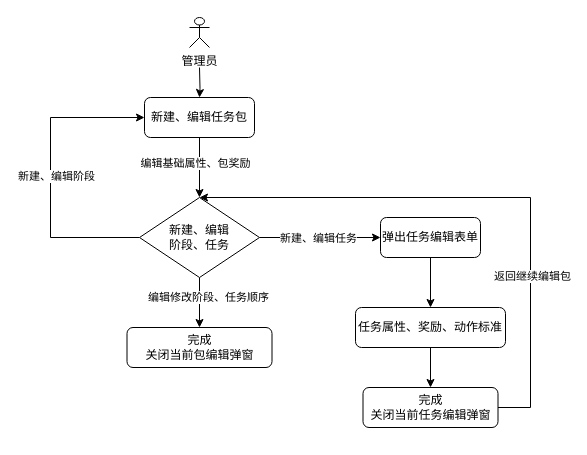
Before: 包管理.drawio in RandalTeng/drawio, a draw.io diagram. Source tidied: cells renumbered, new cells numbered last; positions are measured from the earlier drawing's top-left corner, leaving out a move shared by most shapes. Both pictures are drawn from the tidied source at 100%, with x=0, y=0 at pixel (50, 17).
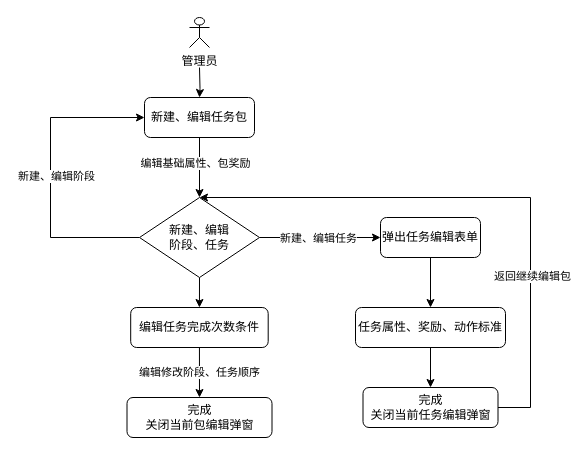
After the change.

The change refers to these unchanged cells:
```xml
<mxCell id="19" value="&lt;span&gt;新建、编辑&lt;br&gt;阶段、任务&lt;/span&gt;" style="rhombus;whiteSpace=wrap;html=1;rounded=0;" parent="1" vertex="1">
  <mxGeometry x="89" y="180" width="120" height="80" as="geometry" />
</mxCell>
```

Diff of the diagram source:
```diff
@@
     <mxCell id="11" value="完成&lt;br&gt;关闭当前包编辑弹窗" style="whiteSpace=wrap;html=1;rounded=1;" parent="1" vertex="1">
-      <mxGeometry x="76.5" y="310" width="145" height="40" as="geometry" />
+      <mxGeometry x="76.5" y="380" width="145" height="40" as="geometry" />
     </mxCell>
@@
-    <mxCell id="15" style="edgeStyle=orthogonalEdgeStyle;rounded=0;jettySize=auto;html=1;exitX=0.5;exitY=1;exitDx=0;exitDy=0;entryX=0.5;entryY=0;entryDx=0;entryDy=0;" parent="1" edge="1" source="19" target="11">
+    <mxCell id="15" value="编辑修改阶段、任务顺序" style="edgeStyle=orthogonalEdgeStyle;rounded=0;jettySize=auto;html=1;exitX=0.5;exitY=1;exitDx=0;exitDy=0;entryX=0.5;entryY=0;entryDx=0;entryDy=0;startArrow=none;" parent="1" edge="1" source="23" target="11">
       <mxGeometry relative="1" as="geometry" />
     </mxCell>
-    <mxCell id="16" value="编辑修改阶段、任务顺序" style="edgeLabel;html=1;align=center;verticalAlign=middle;" parent="15" vertex="1">
-      <mxGeometry x="-0.31" y="-1" relative="1" as="geometry">
-        <mxPoint x="9" y="2" as="offset" />
-      </mxGeometry>
-    </mxCell>
@@
+    <mxCell id="22" style="edgeStyle=orthogonalEdgeStyle;rounded=0;jettySize=auto;html=1;exitX=0.5;exitY=1;exitDx=0;exitDy=0;entryX=0.5;entryY=0;entryDx=0;entryDy=0;" parent="1" edge="1" source="19" target="23">
+      <mxGeometry relative="1" as="geometry" />
+    </mxCell>
@@
+    <mxCell id="23" value="编辑任务完成次数条件" style="whiteSpace=wrap;html=1;rounded=1;" parent="1" vertex="1">
+      <mxGeometry x="80.2" y="290" width="137.5" height="40" as="geometry" />
+    </mxCell>
```
